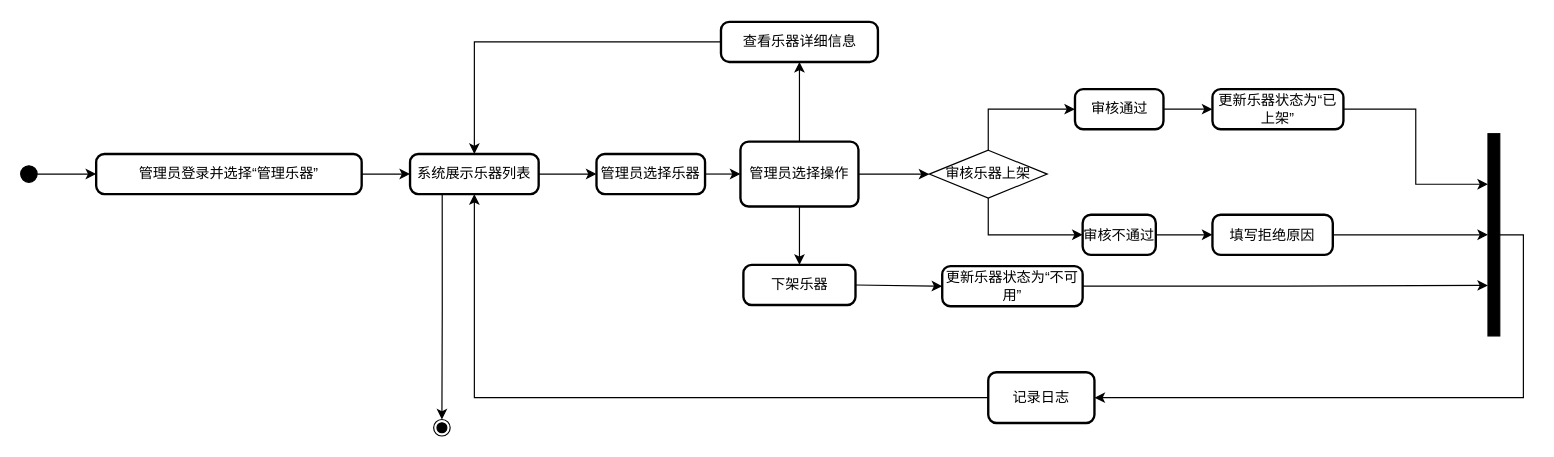
Before: page "行为建模" (2 of 2) of 文档/需求分析规约文档/三种建模/06管理商品用例建模.drawio in w1ntercube/TJ-SE-Design, a draw.io diagram. Source tidied: cells renumbered, new cells numbered last; positions are measured from the earlier drawing's top-left corner, leaving out a move shared by most shapes. Both pictures are drawn from the tidied source at 118%, with x=0, y=0 at pixel (20, 21).
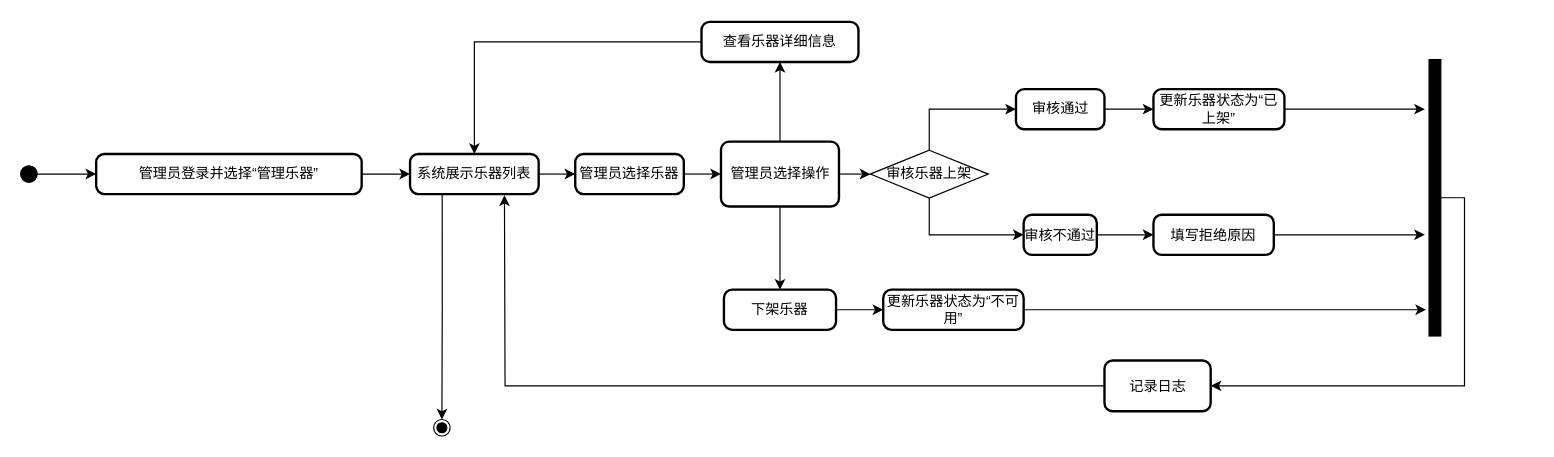
The same page after the edit.

Unchanged cells that the change refers to:
```xml
<mxCell id="6" value="系统展示乐器列表" style="rounded=1;absoluteArcSize=1;arcSize=14;whiteSpace=wrap;strokeWidth=2;" parent="1" vertex="1">
  <mxGeometry x="330" y="112" width="109" height="34" as="geometry" />
</mxCell>
```

What changed in the source:
```diff
@@
     <mxCell id="8" value="管理员选择乐器" style="rounded=1;absoluteArcSize=1;arcSize=14;whiteSpace=wrap;strokeWidth=2;" parent="1" vertex="1">
-      <mxGeometry x="488" y="112" width="92" height="34" as="geometry" />
+      <mxGeometry x="470" y="112" width="92" height="34" as="geometry" />
     </mxCell>
@@
     <mxCell id="12" value="管理员选择操作" style="rounded=1;absoluteArcSize=1;arcSize=14;whiteSpace=wrap;strokeWidth=2;" parent="1" vertex="1">
-      <mxGeometry x="610" y="101.5" width="100" height="55" as="geometry" />
+      <mxGeometry x="593.5" y="101.5" width="100" height="55" as="geometry" />
     </mxCell>
@@
     <mxCell id="14" value="查看乐器详细信息" style="rounded=1;absoluteArcSize=1;arcSize=14;whiteSpace=wrap;strokeWidth=2;" parent="1" vertex="1">
-      <mxGeometry x="593.5" width="133" height="34" as="geometry" />
+      <mxGeometry x="577" width="133" height="34" as="geometry" />
     </mxCell>
     <mxCell id="15" value="审核通过" style="rounded=1;absoluteArcSize=1;arcSize=14;whiteSpace=wrap;strokeWidth=2;" parent="1" vertex="1">
-      <mxGeometry x="893.5" y="57" width="75" height="34" as="geometry" />
+      <mxGeometry x="843.5" y="57" width="75" height="34" as="geometry" />
     </mxCell>
-    <mxCell id="16" style="edgeStyle=orthogonalEdgeStyle;rounded=0;jettySize=auto;html=1;exitX=1;exitY=0.5;exitDx=0;exitDy=0;entryX=0.25;entryY=1;entryDx=0;entryDy=0;" parent="1" edge="1" source="17" target="36">
-      <mxGeometry relative="1" as="geometry" />
-    </mxCell>
+    <mxCell id="37" style="edgeStyle=orthogonalEdgeStyle;rounded=0;jettySize=auto;html=1;" parent="1" edge="1" source="17">
+      <mxGeometry relative="1" as="geometry">
+        <mxPoint x="1190" y="74" as="targetPoint" />
+      </mxGeometry>
+    </mxCell>
     <mxCell id="17" value="更新乐器状态为“已上架”" style="rounded=1;absoluteArcSize=1;arcSize=14;whiteSpace=wrap;strokeWidth=2;" parent="1" vertex="1">
-      <mxGeometry x="1010" y="57" width="111" height="34" as="geometry" />
+      <mxGeometry x="960" y="57" width="111" height="34" as="geometry" />
     </mxCell>
-    <mxCell id="18" style="edgeStyle=orthogonalEdgeStyle;rounded=0;jettySize=auto;html=1;exitX=0;exitY=0.5;exitDx=0;exitDy=0;entryX=0.5;entryY=1;entryDx=0;entryDy=0;" parent="1" edge="1" source="19" target="6">
-      <mxGeometry relative="1" as="geometry" />
-    </mxCell>
+    <mxCell id="38" style="edgeStyle=orthogonalEdgeStyle;rounded=0;jettySize=auto;html=1;" parent="1" edge="1" source="19">
+      <mxGeometry relative="1" as="geometry">
+        <mxPoint x="410" y="147" as="targetPoint" />
+      </mxGeometry>
+    </mxCell>
     <mxCell id="19" value="记录日志" style="rounded=1;absoluteArcSize=1;arcSize=14;whiteSpace=wrap;strokeWidth=2;" parent="1" vertex="1">
-      <mxGeometry x="820" y="297" width="90" height="43" as="geometry" />
+      <mxGeometry x="918.5" y="287" width="90" height="43" as="geometry" />
     </mxCell>
     <mxCell id="20" value="审核不通过" style="rounded=1;absoluteArcSize=1;arcSize=14;whiteSpace=wrap;strokeWidth=2;" parent="1" vertex="1">
-      <mxGeometry x="900" y="163.5" width="62" height="34" as="geometry" />
+      <mxGeometry x="850" y="163.5" width="62" height="34" as="geometry" />
     </mxCell>
-    <mxCell id="21" style="edgeStyle=orthogonalEdgeStyle;rounded=0;jettySize=auto;html=1;exitX=1;exitY=0.5;exitDx=0;exitDy=0;entryX=0.5;entryY=1;entryDx=0;entryDy=0;" parent="1" edge="1" source="22" target="36">
-      <mxGeometry relative="1" as="geometry" />
-    </mxCell>
+    <mxCell id="39" style="edgeStyle=orthogonalEdgeStyle;rounded=0;jettySize=auto;html=1;" parent="1" edge="1" source="22">
+      <mxGeometry relative="1" as="geometry">
+        <mxPoint x="1190" y="180.5" as="targetPoint" />
+      </mxGeometry>
+    </mxCell>
     <mxCell id="22" value="填写拒绝原因" style="rounded=1;absoluteArcSize=1;arcSize=14;whiteSpace=wrap;strokeWidth=2;" parent="1" vertex="1">
-      <mxGeometry x="1010" y="163.5" width="102" height="34" as="geometry" />
+      <mxGeometry x="960" y="163.5" width="102" height="34" as="geometry" />
     </mxCell>
     <mxCell id="23" value="下架乐器" style="rounded=1;absoluteArcSize=1;arcSize=14;whiteSpace=wrap;strokeWidth=2;" parent="1" vertex="1">
-      <mxGeometry x="612.5" y="206" width="95" height="34" as="geometry" />
+      <mxGeometry x="596" y="227" width="95" height="34" as="geometry" />
     </mxCell>
-    <mxCell id="24" style="edgeStyle=orthogonalEdgeStyle;rounded=0;jettySize=auto;html=1;exitX=1;exitY=0.5;exitDx=0;exitDy=0;entryX=0.75;entryY=1;entryDx=0;entryDy=0;" parent="1" edge="1" source="25" target="36">
-      <mxGeometry relative="1" as="geometry" />
+    <mxCell id="24" style="edgeStyle=orthogonalEdgeStyle;rounded=0;jettySize=auto;html=1;exitX=1;exitY=0.5;exitDx=0;exitDy=0;" parent="1" edge="1" source="25">
+      <mxGeometry relative="1" as="geometry">
+        <mxPoint x="1191" y="244" as="targetPoint" />
+      </mxGeometry>
     </mxCell>
     <mxCell id="25" value="更新乐器状态为“不可用”" style="rounded=1;absoluteArcSize=1;arcSize=14;whiteSpace=wrap;strokeWidth=2;" parent="1" vertex="1">
-      <mxGeometry x="781" y="207" width="119" height="34" as="geometry" />
+      <mxGeometry x="731" y="227" width="119" height="34" as="geometry" />
     </mxCell>
@@
     <mxCell id="34" value="审核乐器上架" style="rhombus;whiteSpace=wrap;html=1;" parent="1" vertex="1">
-      <mxGeometry x="770" y="108.8" width="100" height="40.5" as="geometry" />
+      <mxGeometry x="720" y="108.8" width="100" height="40.5" as="geometry" />
     </mxCell>
@@
     <mxCell id="36" style="rounded=0;whiteSpace=wrap;html=1;fontSize=12;fillColor=#000000;rotation=90;" parent="1" vertex="1">
-      <mxGeometry x="1162.8" y="175.5" width="171.4" height="10" as="geometry" />
+      <mxGeometry x="1081.4" y="144.1" width="234.3" height="10" as="geometry" />
     </mxCell>
```
